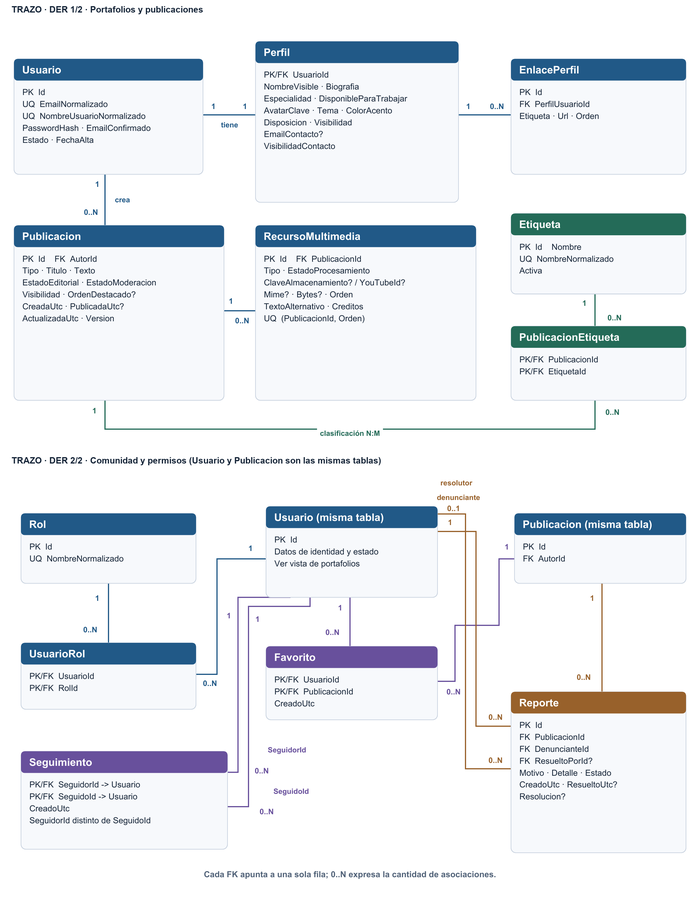
Before: docs/der.png, a diagram exported from Mermaid (Praetoryan1/Proyecto-Integrador-Final--LaBo2-). Its source is kept beside it as docs/der.mmd. The source it was exported from:
```mermaid
erDiagram
    Usuario ||--|| Perfil : tiene
    Perfil ||--o{ EnlacePerfil : contiene
    Usuario ||--o{ Publicacion : crea
    Publicacion ||--o{ RecursoMultimedia : contiene
    Publicacion ||--o{ PublicacionEtiqueta : clasifica
    Etiqueta ||--o{ PublicacionEtiqueta : identifica
    Usuario ||--o{ Favorito : guarda
    Publicacion ||--o{ Favorito : recibe
    Usuario ||--o{ Seguimiento : seguidor
    Usuario ||--o{ Seguimiento : seguido
    Publicacion ||--o{ Reporte : recibe
    Usuario ||--o{ Reporte : denuncia
    Usuario |o--o{ Reporte : resuelve
    Usuario ||--o{ UsuarioRol : posee
    Rol ||--o{ UsuarioRol : asigna

    Usuario {
        string Id PK
        string EmailNormalizado UK
        string NombreUsuarioNormalizado UK
        string PasswordHash
        boolean EmailConfirmado
        enum Estado
        datetime FechaAlta
    }
    Perfil {
        string UsuarioId PK,FK
        string NombreVisible
        string Biografia
        string Especialidad
        boolean DisponibleParaTrabajar
        string AvatarClave
        enum Tema
        string ColorAcento
        enum Disposicion
        enum Visibilidad
        string EmailContacto
        enum VisibilidadContacto
    }
    EnlacePerfil {
        bigint Id PK
        string PerfilUsuarioId FK
        string Etiqueta
        string Url
        int Orden
    }
    Publicacion {
        bigint Id PK
        string AutorId FK
        enum Tipo
        string Titulo
        string Texto
        enum EstadoEditorial
        enum EstadoModeracion
        enum Visibilidad
        int OrdenDestacado
        datetime CreadaUtc
        datetime PublicadaUtc
        datetime ActualizadaUtc
        string Version
    }
    RecursoMultimedia {
        bigint Id PK
        bigint PublicacionId FK
        enum Tipo
        string ClaveAlmacenamiento
        string YouTubeId
        string Mime
        bigint Bytes
        enum EstadoProcesamiento
        int Orden
        string TextoAlternativo
        string Creditos
    }
    Etiqueta {
        bigint Id PK
        string Nombre
        string NombreNormalizado UK
        boolean Activa
    }
    PublicacionEtiqueta {
        bigint PublicacionId PK,FK
        bigint EtiquetaId PK,FK
    }
    Favorito {
        string UsuarioId PK,FK
        bigint PublicacionId PK,FK
        datetime CreadoUtc
    }
    Seguimiento {
        string SeguidorId PK,FK
        string SeguidoId PK,FK
        datetime CreadoUtc
    }
    Reporte {
        bigint Id PK
        bigint PublicacionId FK
        string DenuncianteId FK
        string ResueltoPorId FK
        string Motivo
        string Detalle
        enum Estado
        datetime CreadoUtc
        datetime ResueltoUtc
        string Resolucion
    }
    Rol {
        string Id PK
        string NombreNormalizado UK
    }
    UsuarioRol {
        string UsuarioId PK,FK
        string RolId PK,FK
    }
```
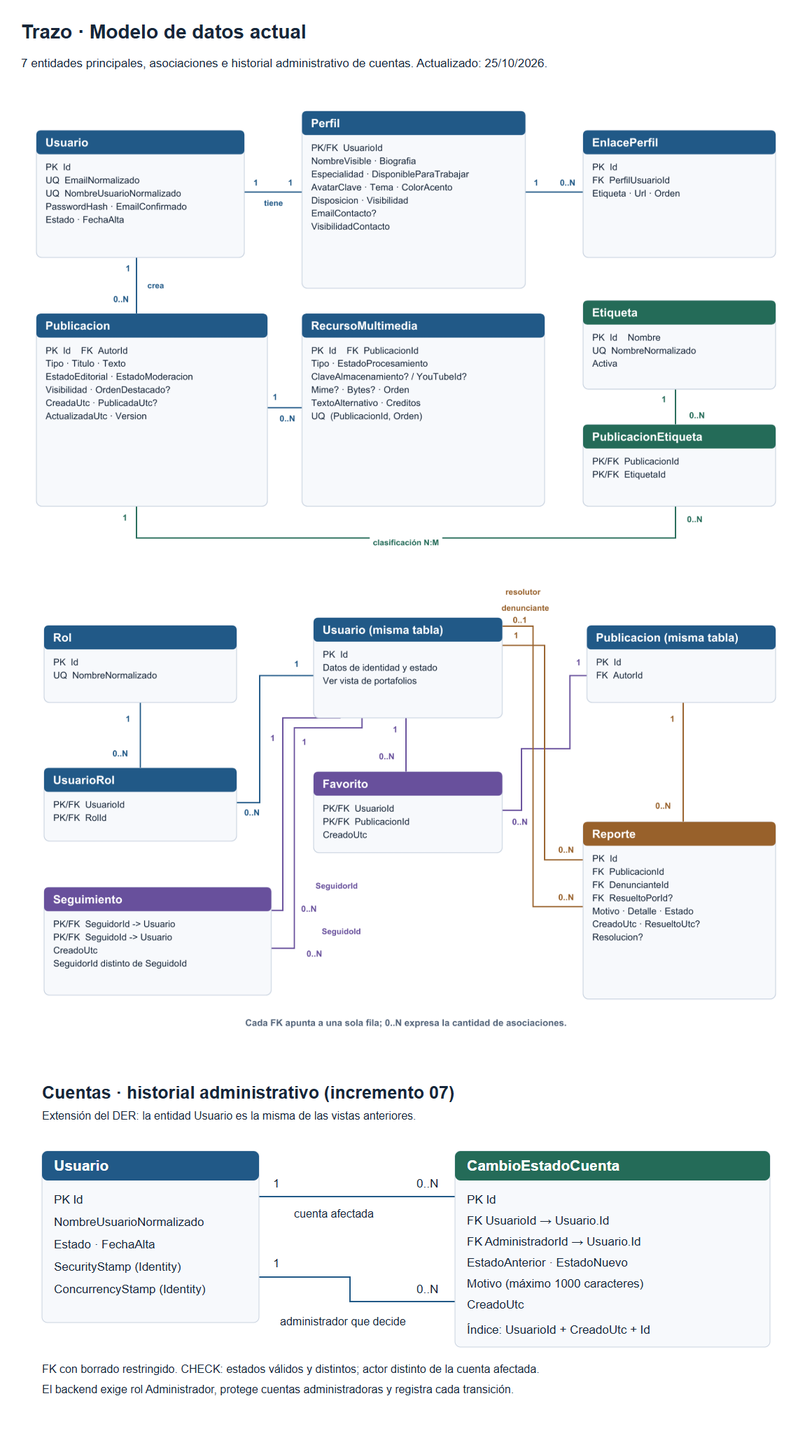
Later version of the same file.

The edit, as a diff of the source:
```diff
@@ -12,6 +12,8 @@
     Publicacion ||--o{ Reporte : recibe
     Usuario ||--o{ Reporte : denuncia
     Usuario |o--o{ Reporte : resuelve
+    Usuario ||--o{ CambioEstadoCuenta : cuenta_afectada
+    Usuario ||--o{ CambioEstadoCuenta : administrador_decide
     Usuario ||--o{ UsuarioRol : posee
     Rol ||--o{ UsuarioRol : asigna
 
@@ -23,6 +25,8 @@
         boolean EmailConfirmado
         enum Estado
         datetime FechaAlta
+        string SecurityStamp
+        string ConcurrencyStamp
     }
     Perfil {
         string UsuarioId PK,FK
@@ -109,6 +113,15 @@
         string Id PK
         string NombreNormalizado UK
     }
+    CambioEstadoCuenta {
+        bigint Id PK
+        string UsuarioId FK
+        string AdministradorId FK
+        enum EstadoAnterior
+        enum EstadoNuevo
+        string Motivo
+        datetime CreadoUtc
+    }
     UsuarioRol {
         string UsuarioId PK,FK
         string RolId PK,FK
```
